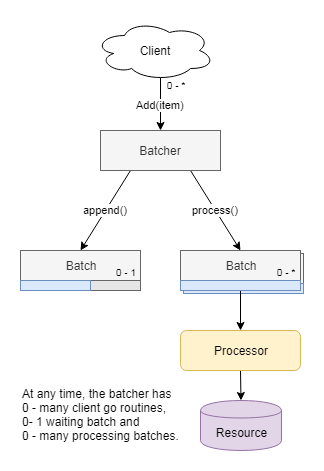
This is docs/batchy-arch.png from kevburnsjr/batchy, a draw.io export, as it was before one commit. Source tidied: cells renumbered, new cells last; positions are measured from the earlier drawing's top-left corner, leaving out a move shared by most shapes. The source it was exported from:
```xml
<mxGraphModel>
  <root>
    <mxCell id="0" />
    <mxCell id="1" parent="0" />
    <mxCell id="2" value="Batch" style="rounded=0;whiteSpace=wrap;html=1;fillColor=#f5f5f5;strokeColor=#666666;fontColor=#333333;" parent="1" vertex="1">
      <mxGeometry x="163" y="233" width="120" height="40" as="geometry" />
    </mxCell>
    <mxCell id="3" style="rounded=0;whiteSpace=wrap;html=1;fillColor=#dae8fc;strokeColor=#6c8ebf;" parent="1" vertex="1">
      <mxGeometry x="163" y="263" width="120" height="10" as="geometry" />
    </mxCell>
    <mxCell id="4" value="Add(item)" style="rounded=0;jettySize=auto;html=1;exitX=0.55;exitY=0.95;exitDx=0;exitDy=0;exitPerimeter=0;" parent="1" edge="1" source="5" target="8">
      <mxGeometry relative="1" as="geometry" />
    </mxCell>
    <mxCell id="5" value="Client" style="ellipse;shape=cloud;whiteSpace=wrap;html=1;" parent="1" vertex="1">
      <mxGeometry x="74" width="120" height="60" as="geometry" />
    </mxCell>
    <mxCell id="6" value="append()" style="edgeStyle=none;rounded=0;jettySize=auto;html=1;exitX=0.25;exitY=1;exitDx=0;exitDy=0;entryX=0.5;entryY=0;entryDx=0;entryDy=0;" parent="1" edge="1" source="8" target="9">
      <mxGeometry relative="1" as="geometry" />
    </mxCell>
    <mxCell id="7" value="process()" style="edgeStyle=none;rounded=0;jettySize=auto;html=1;exitX=0.75;exitY=1;exitDx=0;exitDy=0;entryX=0.5;entryY=0;entryDx=0;entryDy=0;" parent="1" edge="1" source="8" target="11">
      <mxGeometry relative="1" as="geometry" />
    </mxCell>
    <mxCell id="8" value="Batcher" style="rounded=0;whiteSpace=wrap;html=1;fillColor=#f5f5f5;strokeColor=#666666;fontColor=#333333;" parent="1" vertex="1">
      <mxGeometry x="80" y="110" width="120" height="40" as="geometry" />
    </mxCell>
    <mxCell id="9" value="Batch" style="rounded=0;whiteSpace=wrap;html=1;fillColor=#f5f5f5;strokeColor=#666666;fontColor=#333333;" parent="1" vertex="1">
      <mxGeometry y="230" width="120" height="30" as="geometry" />
    </mxCell>
    <mxCell id="10" style="edgeStyle=none;rounded=0;jettySize=auto;html=1;exitX=0.5;exitY=1;exitDx=0;exitDy=0;" parent="1" edge="1" source="11" target="13">
      <mxGeometry relative="1" as="geometry" />
    </mxCell>
    <mxCell id="11" value="Batch" style="rounded=0;whiteSpace=wrap;html=1;fillColor=#f5f5f5;strokeColor=#666666;fontColor=#333333;" parent="1" vertex="1">
      <mxGeometry x="160" y="230" width="120" height="30" as="geometry" />
    </mxCell>
    <mxCell id="12" style="edgeStyle=none;rounded=0;jettySize=auto;html=1;exitX=0.5;exitY=1;exitDx=0;exitDy=0;entryX=0.5;entryY=0;entryDx=0;entryDy=0;" parent="1" edge="1" source="13" target="18">
      <mxGeometry relative="1" as="geometry" />
    </mxCell>
    <mxCell id="13" value="Processor" style="rounded=1;whiteSpace=wrap;html=1;fillColor=#fff2cc;strokeColor=#d6b656;" parent="1" vertex="1">
      <mxGeometry x="160" y="310" width="120" height="40" as="geometry" />
    </mxCell>
    <mxCell id="14" style="edgeStyle=none;rounded=0;orthogonalLoop=1;jettySize=auto;html=1;exitX=0.25;exitY=0;exitDx=0;exitDy=0;" parent="1" edge="1" source="17" target="17">
      <mxGeometry relative="1" as="geometry" />
    </mxCell>
    <mxCell id="15" style="rounded=0;whiteSpace=wrap;html=1;fillColor=#dae8fc;strokeColor=#6c8ebf;" parent="1" vertex="1">
      <mxGeometry x="160" y="260" width="120" height="10" as="geometry" />
    </mxCell>
    <mxCell id="16" style="rounded=0;whiteSpace=wrap;html=1;fillColor=#E6E6E6;strokeColor=#666666;fontColor=#333333;" parent="1" vertex="1">
      <mxGeometry y="260" width="120" height="10" as="geometry" />
    </mxCell>
    <mxCell id="17" style="rounded=0;whiteSpace=wrap;html=1;fillColor=#dae8fc;strokeColor=#6c8ebf;" parent="1" vertex="1">
      <mxGeometry y="260" width="70" height="10" as="geometry" />
    </mxCell>
    <mxCell id="18" value="Resource" style="shape=cylinder;whiteSpace=wrap;html=1;boundedLbl=1;backgroundOutline=1;fillColor=#e1d5e7;strokeColor=#9673a6;" parent="1" vertex="1">
      <mxGeometry x="180" y="380" width="81" height="50" as="geometry" />
    </mxCell>
    <mxCell id="19" value="At any time, the batcher has &lt;br&gt;0 - many client go routines, &lt;br&gt;0- 1 waiting batch and &lt;br&gt;0 - many processing batches." style="text;html=1;strokeColor=none;fillColor=none;align=left;verticalAlign=top;whiteSpace=wrap;rounded=0;" parent="1" vertex="1">
      <mxGeometry y="360" width="190" height="70" as="geometry" />
    </mxCell>
    <mxCell id="20" value="0 - 1" style="text;html=1;strokeColor=none;fillColor=none;align=center;verticalAlign=middle;whiteSpace=wrap;rounded=0;fontSize=10;" parent="1" vertex="1">
      <mxGeometry x="90" y="242" width="30" height="20" as="geometry" />
    </mxCell>
    <mxCell id="21" value="0 - *" style="text;html=1;strokeColor=none;fillColor=none;align=center;verticalAlign=middle;whiteSpace=wrap;rounded=0;fontSize=10;" parent="1" vertex="1">
      <mxGeometry x="250" y="242" width="30" height="20" as="geometry" />
    </mxCell>
    <mxCell id="22" value="0 - *" style="text;html=1;strokeColor=none;fillColor=none;align=center;verticalAlign=middle;whiteSpace=wrap;rounded=0;fontSize=10;" parent="1" vertex="1">
      <mxGeometry x="140" y="55" width="30" height="20" as="geometry" />
    </mxCell>
  </root>
</mxGraphModel>
```
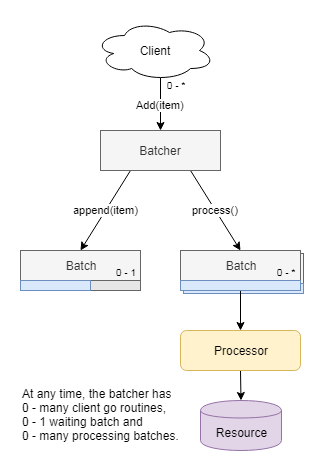
After the change.

Commit message:
Diagram typo

Change to the diagram source:
```diff
@@ -14,7 +14,7 @@
     <mxCell id="5" value="Client" style="ellipse;shape=cloud;whiteSpace=wrap;html=1;" parent="1" vertex="1">
       <mxGeometry x="74" width="120" height="60" as="geometry" />
     </mxCell>
-    <mxCell id="6" value="append()" style="edgeStyle=none;rounded=0;jettySize=auto;html=1;exitX=0.25;exitY=1;exitDx=0;exitDy=0;entryX=0.5;entryY=0;entryDx=0;entryDy=0;" parent="1" edge="1" source="8" target="9">
+    <mxCell id="6" value="append(item)" style="edgeStyle=none;rounded=0;jettySize=auto;html=1;exitX=0.25;exitY=1;exitDx=0;exitDy=0;entryX=0.5;entryY=0;entryDx=0;entryDy=0;" parent="1" edge="1" source="8" target="9">
       <mxGeometry relative="1" as="geometry" />
     </mxCell>
     <mxCell id="7" value="process()" style="edgeStyle=none;rounded=0;jettySize=auto;html=1;exitX=0.75;exitY=1;exitDx=0;exitDy=0;entryX=0.5;entryY=0;entryDx=0;entryDy=0;" parent="1" edge="1" source="8" target="11">
@@ -53,7 +53,7 @@
     <mxCell id="18" value="Resource" style="shape=cylinder;whiteSpace=wrap;html=1;boundedLbl=1;backgroundOutline=1;fillColor=#e1d5e7;strokeColor=#9673a6;" parent="1" vertex="1">
       <mxGeometry x="180" y="380" width="81" height="50" as="geometry" />
     </mxCell>
-    <mxCell id="19" value="At any time, the batcher has &lt;br&gt;0 - many client go routines, &lt;br&gt;0- 1 waiting batch and &lt;br&gt;0 - many processing batches." style="text;html=1;strokeColor=none;fillColor=none;align=left;verticalAlign=top;whiteSpace=wrap;rounded=0;" parent="1" vertex="1">
+    <mxCell id="19" value="At any time, the batcher has &lt;br&gt;0 - many client go routines, &lt;br&gt;0 - 1 waiting batch and &lt;br&gt;0 - many processing batches." style="text;html=1;strokeColor=none;fillColor=none;align=left;verticalAlign=top;whiteSpace=wrap;rounded=0;" parent="1" vertex="1">
       <mxGeometry y="360" width="190" height="70" as="geometry" />
     </mxCell>
     <mxCell id="20" value="0 - 1" style="text;html=1;strokeColor=none;fillColor=none;align=center;verticalAlign=middle;whiteSpace=wrap;rounded=0;fontSize=10;" parent="1" vertex="1">
```
